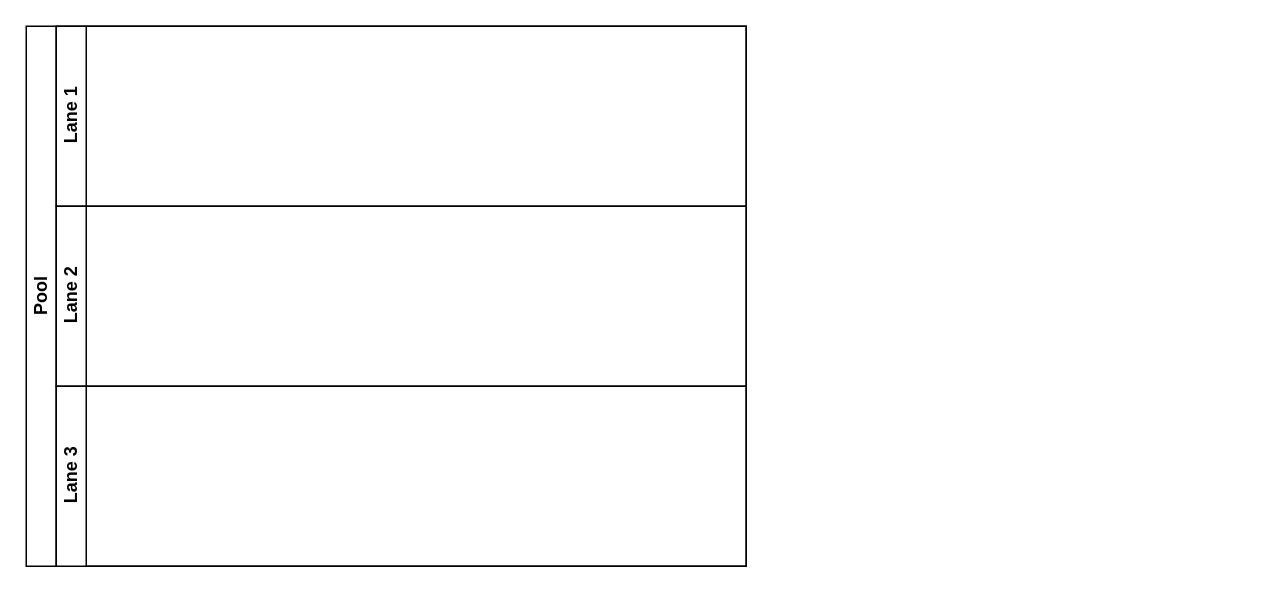
quemet/Draw.io keeps this draw.io diagram as RéceptionCommande.drawio. Above is the earlier version. Source tidied: cells renumbered, new cells numbered last; positions are measured from the earlier drawing's top-left corner, leaving out a move shared by most shapes. Both pictures are drawn from the tidied source at 150%, with x=0, y=0 at pixel (26, 26).
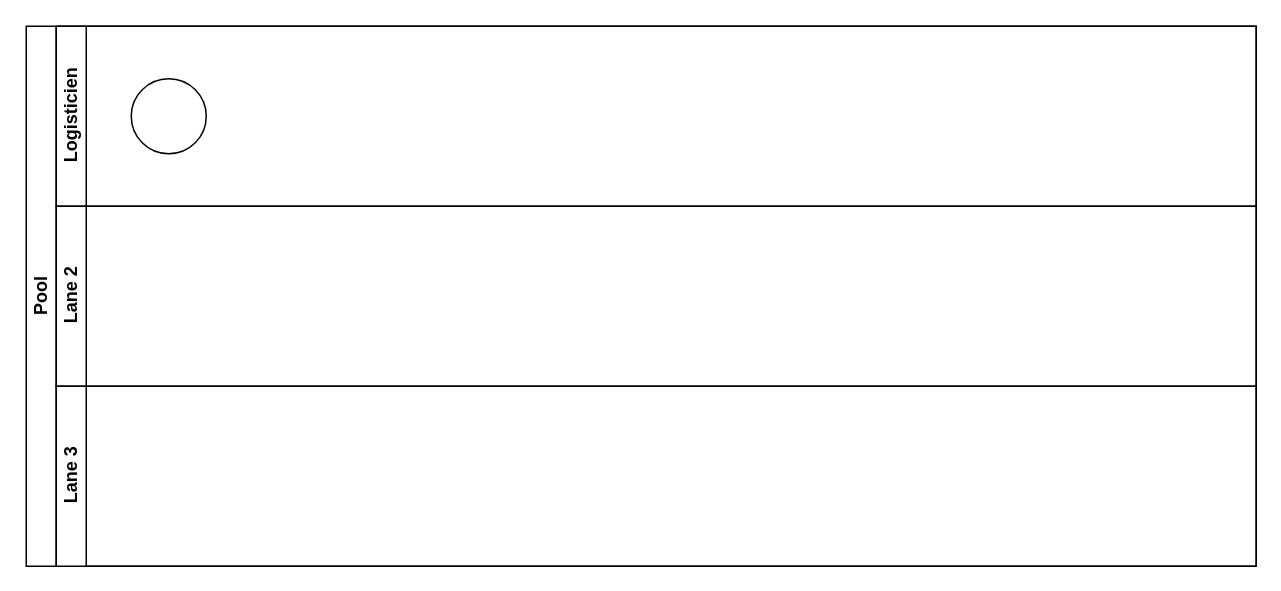
Above is the later version.

Commit message (it also covers changes not shown here):
Mettre à jour RéceptionCommande.drawio

What changed in the source:
```diff
@@
 <mxGraphModel>
   <root>
     <mxCell id="0" />
     <mxCell id="1" parent="0" />
     <mxCell id="2" value="Pool" style="swimlane;html=1;horizontal=0;startSize=20;whiteSpace=wrap;" parent="1" vertex="1">
-      <mxGeometry width="480" height="360" as="geometry" />
+      <mxGeometry width="820" height="360" as="geometry" />
     </mxCell>
-    <mxCell id="3" value="Lane 1" style="swimlane;html=1;startSize=20;horizontal=0;" parent="2" vertex="1">
-      <mxGeometry x="20" width="460" height="120" as="geometry" />
+    <mxCell id="3" value="Logisticien" style="swimlane;html=1;startSize=20;horizontal=0;" parent="2" vertex="1">
+      <mxGeometry x="20" width="800" height="120" as="geometry" />
     </mxCell>
+    <mxCell id="6" style="shape=mxgraph.bpmn.event;html=1;verticalLabelPosition=bottom;labelBackgroundColor=#ffffff;verticalAlign=top;align=center;perimeter=ellipsePerimeter;outline=standard;symbol=general;" parent="3" vertex="1">
+      <mxGeometry x="50" y="35" width="50" height="50" as="geometry" />
+    </mxCell>
     <mxCell id="4" value="Lane 2" style="swimlane;html=1;startSize=20;horizontal=0;" parent="2" vertex="1">
-      <mxGeometry x="20" y="120" width="460" height="120" as="geometry" />
+      <mxGeometry x="20" y="120" width="800" height="120" as="geometry" />
     </mxCell>
     <mxCell id="5" value="Lane 3" style="swimlane;html=1;startSize=20;horizontal=0;" parent="2" vertex="1">
-      <mxGeometry x="20" y="240" width="460" height="120" as="geometry" />
+      <mxGeometry x="20" y="240" width="800" height="120" as="geometry" />
     </mxCell>
   </root>
 </mxGraphModel>
```
